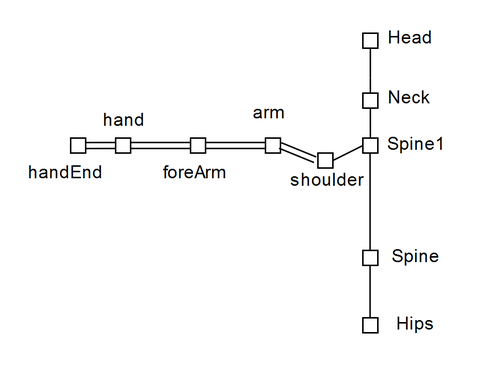
denilson020898/Penulisan keeps this draw.io diagram as flowchart/right_arm.png. Above is the earlier version. Source tidied: cells renumbered, new cells last; positions are measured from the earlier drawing's top-left corner, leaving out a move shared by most shapes.
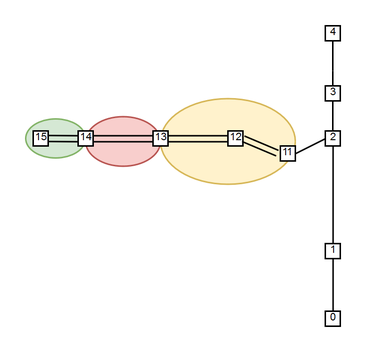
Later version of the same file.

Diff of the diagram source:
```diff
@@ -2,102 +2,81 @@
   <root>
     <mxCell id="0" />
     <mxCell id="1" parent="0" />
+    <mxCell id="32" style="ellipse;whiteSpace=wrap;html=1;fillColor=#d5e8d4;strokeColor=#82b366;fontFamily=Helvetica;fontSize=7;align=center;verticalAlign=middle;labelPosition=center;verticalLabelPosition=middle;" parent="1" vertex="1">
+      <mxGeometry x="25" y="67" width="40" height="26" as="geometry" />
+    </mxCell>
+    <mxCell id="33" style="ellipse;whiteSpace=wrap;html=1;fillColor=#f8cecc;strokeColor=#b85450;fontFamily=Helvetica;fontSize=7;align=center;verticalAlign=middle;labelPosition=center;verticalLabelPosition=middle;" parent="1" vertex="1">
+      <mxGeometry x="65" y="65" width="50" height="33" as="geometry" />
+    </mxCell>
+    <mxCell id="34" style="ellipse;whiteSpace=wrap;html=1;fillColor=#fff2cc;strokeColor=#d6b656;fontFamily=Helvetica;fontSize=7;align=center;verticalAlign=middle;labelPosition=center;verticalLabelPosition=middle;" parent="1" vertex="1">
+      <mxGeometry x="115" y="53" width="90" height="57" as="geometry" />
+    </mxCell>
-    <mxCell id="2" style="whiteSpace=wrap;html=1;" parent="1" vertex="1">
+    <mxCell id="2" value="0" style="whiteSpace=wrap;html=1;fontFamily=Helvetica;fontSize=7;align=center;verticalAlign=middle;labelPosition=center;verticalLabelPosition=middle;" parent="1" vertex="1">
       <mxGeometry x="225" y="195" width="10" height="10" as="geometry" />
     </mxCell>
-    <mxCell id="3" style="whiteSpace=wrap;html=1;" parent="1" vertex="1">
+    <mxCell id="3" value="1" style="whiteSpace=wrap;html=1;fontFamily=Helvetica;fontSize=7;align=center;verticalAlign=middle;labelPosition=center;verticalLabelPosition=middle;" parent="1" vertex="1">
       <mxGeometry x="225" y="150" width="10" height="10" as="geometry" />
     </mxCell>
-    <mxCell id="4" style="whiteSpace=wrap;html=1;" parent="1" vertex="1">
+    <mxCell id="4" value="2" style="whiteSpace=wrap;html=1;fontFamily=Helvetica;fontSize=7;align=center;verticalAlign=middle;labelPosition=center;verticalLabelPosition=middle;" parent="1" vertex="1">
       <mxGeometry x="225" y="75" width="10" height="10" as="geometry" />
     </mxCell>
-    <mxCell id="5" style="endArrow=none;html=1;" parent="1" edge="1" source="10">
+    <mxCell id="5" style="endArrow=none;html=1;fontFamily=Helvetica;fontSize=7;align=center;verticalAlign=middle;labelPosition=center;verticalLabelPosition=middle;" parent="1" edge="1" source="10">
       <mxGeometry relative="1" as="geometry">
         <mxPoint x="230" y="35" as="targetPoint" />
       </mxGeometry>
     </mxCell>
-    <mxCell id="6" style="whiteSpace=wrap;html=1;" parent="1" vertex="1">
+    <mxCell id="6" value="11" style="whiteSpace=wrap;html=1;fontFamily=Helvetica;fontSize=7;align=center;verticalAlign=middle;labelPosition=center;verticalLabelPosition=middle;" parent="1" vertex="1">
       <mxGeometry x="195" y="85" width="10" height="10" as="geometry" />
     </mxCell>
-    <mxCell id="7" style="whiteSpace=wrap;html=1;" parent="1" vertex="1">
+    <mxCell id="7" value="12" style="whiteSpace=wrap;html=1;fontFamily=Helvetica;fontSize=7;align=center;verticalAlign=middle;labelPosition=center;verticalLabelPosition=middle;" parent="1" vertex="1">
       <mxGeometry x="160" y="75" width="10" height="10" as="geometry" />
     </mxCell>
-    <mxCell id="8" style="endArrow=none;html=1;exitX=0.5;exitY=0;exitDx=0;exitDy=0;entryX=0.5;entryY=1;entryDx=0;entryDy=0;" parent="1" edge="1" source="3" target="4">
+    <mxCell id="8" style="endArrow=none;html=1;exitX=0.5;exitY=0;exitDx=0;exitDy=0;entryX=0.5;entryY=1;entryDx=0;entryDy=0;fontFamily=Helvetica;fontSize=7;align=center;verticalAlign=middle;labelPosition=center;verticalLabelPosition=middle;" parent="1" edge="1" source="3" target="4">
       <mxGeometry relative="1" as="geometry" />
     </mxCell>
-    <mxCell id="9" style="endArrow=none;html=1;exitX=0.5;exitY=0;exitDx=0;exitDy=0;entryX=0.5;entryY=1;entryDx=0;entryDy=0;" parent="1" edge="1" source="2" target="3">
+    <mxCell id="9" style="endArrow=none;html=1;exitX=0.5;exitY=0;exitDx=0;exitDy=0;entryX=0.5;entryY=1;entryDx=0;entryDy=0;fontFamily=Helvetica;fontSize=7;align=center;verticalAlign=middle;labelPosition=center;verticalLabelPosition=middle;" parent="1" edge="1" source="2" target="3">
       <mxGeometry relative="1" as="geometry" />
     </mxCell>
-    <mxCell id="10" style="whiteSpace=wrap;html=1;" parent="1" vertex="1">
+    <mxCell id="10" value="3" style="whiteSpace=wrap;html=1;fontFamily=Helvetica;fontSize=7;align=center;verticalAlign=middle;labelPosition=center;verticalLabelPosition=middle;" parent="1" vertex="1">
       <mxGeometry x="225" y="45" width="10" height="10" as="geometry" />
     </mxCell>
-    <mxCell id="11" style="endArrow=none;html=1;" parent="1" edge="1" target="10">
+    <mxCell id="11" style="endArrow=none;html=1;fontFamily=Helvetica;fontSize=7;align=center;verticalAlign=middle;labelPosition=center;verticalLabelPosition=middle;" parent="1" edge="1" target="10">
       <mxGeometry relative="1" as="geometry">
         <mxPoint x="230" y="75" as="sourcePoint" />
       </mxGeometry>
     </mxCell>
-    <mxCell id="12" style="endArrow=none;html=1;" parent="1" edge="1">
+    <mxCell id="12" style="endArrow=none;html=1;fontFamily=Helvetica;fontSize=7;align=center;verticalAlign=middle;labelPosition=center;verticalLabelPosition=middle;" parent="1" edge="1">
       <mxGeometry relative="1" as="geometry">
         <mxPoint x="230" y="35" as="sourcePoint" />
         <mxPoint x="230" y="15" as="targetPoint" />
       </mxGeometry>
     </mxCell>
-    <mxCell id="13" style="whiteSpace=wrap;html=1;" parent="1" vertex="1">
+    <mxCell id="13" value="4" style="whiteSpace=wrap;html=1;fontFamily=Helvetica;fontSize=7;align=center;verticalAlign=middle;labelPosition=center;verticalLabelPosition=middle;" parent="1" vertex="1">
       <mxGeometry x="225" y="5" width="10" height="10" as="geometry" />
     </mxCell>
-    <mxCell id="14" style="shape=link;html=1;entryX=-0.2;entryY=0.467;entryDx=0;entryDy=0;exitX=1;exitY=0.5;exitDx=0;exitDy=0;strokeWidth=1;entryPerimeter=0;" parent="1" edge="1" source="7" target="6">
+    <mxCell id="14" style="shape=link;html=1;entryX=-0.2;entryY=0.467;entryDx=0;entryDy=0;exitX=1;exitY=0.5;exitDx=0;exitDy=0;strokeWidth=1;entryPerimeter=0;fontFamily=Helvetica;fontSize=7;align=center;verticalAlign=middle;labelPosition=center;verticalLabelPosition=middle;" parent="1" edge="1" source="7" target="6">
       <mxGeometry relative="1" as="geometry" />
     </mxCell>
-    <mxCell id="15" style="endArrow=none;html=1;entryX=0;entryY=0.5;entryDx=0;entryDy=0;exitX=1;exitY=0.5;exitDx=0;exitDy=0;" parent="1" edge="1" source="6" target="4">
+    <mxCell id="15" style="endArrow=none;html=1;entryX=0;entryY=0.5;entryDx=0;entryDy=0;exitX=1;exitY=0.5;exitDx=0;exitDy=0;fontFamily=Helvetica;fontSize=7;align=center;verticalAlign=middle;labelPosition=center;verticalLabelPosition=middle;" parent="1" edge="1" source="6" target="4">
       <mxGeometry relative="1" as="geometry" />
     </mxCell>
-    <mxCell id="16" style="whiteSpace=wrap;html=1;" parent="1" vertex="1">
+    <mxCell id="16" value="13" style="whiteSpace=wrap;html=1;fontFamily=Helvetica;fontSize=7;align=center;verticalAlign=middle;labelPosition=center;verticalLabelPosition=middle;" parent="1" vertex="1">
       <mxGeometry x="110" y="75" width="10" height="10" as="geometry" />
     </mxCell>
-    <mxCell id="17" style="whiteSpace=wrap;html=1;" parent="1" vertex="1">
+    <mxCell id="17" value="14" style="whiteSpace=wrap;html=1;fontFamily=Helvetica;fontSize=7;align=center;verticalAlign=middle;labelPosition=center;verticalLabelPosition=middle;" parent="1" vertex="1">
       <mxGeometry x="60" y="75" width="10" height="10" as="geometry" />
     </mxCell>
-    <mxCell id="18" style="whiteSpace=wrap;html=1;" parent="1" vertex="1">
+    <mxCell id="18" value="15" style="whiteSpace=wrap;html=1;fontFamily=Helvetica;fontSize=7;align=center;verticalAlign=middle;labelPosition=center;verticalLabelPosition=middle;" parent="1" vertex="1">
       <mxGeometry x="30" y="75" width="10" height="10" as="geometry" />
     </mxCell>
-    <mxCell id="19" style="shape=link;html=1;entryX=0;entryY=0.5;entryDx=0;entryDy=0;exitX=1;exitY=0.5;exitDx=0;exitDy=0;strokeWidth=1;" parent="1" edge="1" source="16" target="7">
+    <mxCell id="19" style="shape=link;html=1;entryX=0;entryY=0.5;entryDx=0;entryDy=0;exitX=1;exitY=0.5;exitDx=0;exitDy=0;strokeWidth=1;fontFamily=Helvetica;fontSize=7;align=center;verticalAlign=middle;labelPosition=center;verticalLabelPosition=middle;" parent="1" edge="1" source="16" target="7">
       <mxGeometry relative="1" as="geometry" />
     </mxCell>
-    <mxCell id="20" style="shape=link;html=1;entryX=0;entryY=0.5;entryDx=0;entryDy=0;exitX=1;exitY=0.5;exitDx=0;exitDy=0;strokeWidth=1;" parent="1" edge="1" source="17" target="16">
+    <mxCell id="20" style="shape=link;html=1;entryX=0;entryY=0.5;entryDx=0;entryDy=0;exitX=1;exitY=0.5;exitDx=0;exitDy=0;strokeWidth=1;fontFamily=Helvetica;fontSize=7;align=center;verticalAlign=middle;labelPosition=center;verticalLabelPosition=middle;" parent="1" edge="1" source="17" target="16">
       <mxGeometry relative="1" as="geometry" />
     </mxCell>
-    <mxCell id="21" style="shape=link;html=1;entryX=0;entryY=0.5;entryDx=0;entryDy=0;strokeWidth=1;" parent="1" edge="1" source="18" target="17">
+    <mxCell id="21" style="shape=link;html=1;entryX=0;entryY=0.5;entryDx=0;entryDy=0;strokeWidth=1;fontFamily=Helvetica;fontSize=7;align=center;verticalAlign=middle;labelPosition=center;verticalLabelPosition=middle;" parent="1" edge="1" source="18" target="17">
       <mxGeometry relative="1" as="geometry" />
     </mxCell>
-    <mxCell id="22" value="Hips" style="text;html=1;strokeColor=none;fillColor=none;align=center;verticalAlign=middle;whiteSpace=wrap;rounded=0;" parent="1" vertex="1">
-      <mxGeometry x="240" y="190" width="40" height="20" as="geometry" />
-    </mxCell>
-    <mxCell id="23" value="Spine" style="text;html=1;strokeColor=none;fillColor=none;align=center;verticalAlign=middle;whiteSpace=wrap;rounded=0;" parent="1" vertex="1">
-      <mxGeometry x="240" y="145" width="40" height="20" as="geometry" />
-    </mxCell>
-    <mxCell id="24" value="Spine1" style="text;html=1;strokeColor=none;fillColor=none;align=center;verticalAlign=middle;whiteSpace=wrap;rounded=0;" parent="1" vertex="1">
-      <mxGeometry x="240" y="70" width="40" height="20" as="geometry" />
-    </mxCell>
-    <mxCell id="25" value="Neck" style="text;html=1;align=left;verticalAlign=top;spacingTop=-4;" parent="1" vertex="1">
-      <mxGeometry x="240" y="40" width="40" height="20" as="geometry" />
-    </mxCell>
-    <mxCell id="26" value="Head" style="text;html=1;align=left;verticalAlign=top;spacingTop=-4;" parent="1" vertex="1">
-      <mxGeometry x="240" width="50" height="20" as="geometry" />
-    </mxCell>
-    <mxCell id="27" value="shoulder" style="text;html=1;align=left;verticalAlign=top;spacingTop=-4;" parent="1" vertex="1">
-      <mxGeometry x="175" y="95" width="60" height="20" as="geometry" />
-    </mxCell>
-    <mxCell id="28" value="arm" style="text;html=1;align=left;verticalAlign=top;spacingTop=-4;" parent="1" vertex="1">
-      <mxGeometry x="150" y="50" width="40" height="20" as="geometry" />
-    </mxCell>
-    <mxCell id="29" value="foreArm" style="text;html=1;align=left;verticalAlign=top;spacingTop=-4;" parent="1" vertex="1">
-      <mxGeometry x="90" y="90" width="60" height="20" as="geometry" />
-    </mxCell>
-    <mxCell id="30" value="hand" style="text;html=1;align=left;verticalAlign=top;spacingTop=-4;" parent="1" vertex="1">
-      <mxGeometry x="50" y="55" width="40" height="20" as="geometry" />
-    </mxCell>
-    <mxCell id="31" value="handEnd" style="text;html=1;align=left;verticalAlign=top;spacingTop=-4;" parent="1" vertex="1">
-      <mxGeometry y="90" width="70" height="20" as="geometry" />
-    </mxCell>
   </root>
 </mxGraphModel>
```
